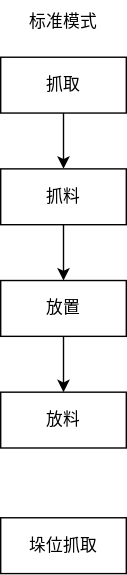
The draw.io diagram drawio/易码流程图.svg in Stolorzs/Picgo, before a commit. Source tidied: cells renumbered, new cells last; positions are measured from the earlier drawing's top-left corner, leaving out a move shared by most shapes.
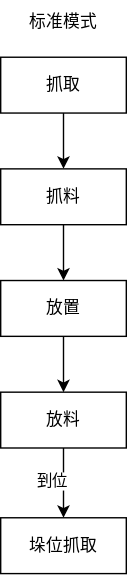
Later version of the same file.

Commit message:
更新易码流程图.svg

What changed in the source:
```diff
@@ -23,6 +23,12 @@
     <mxCell id="8" value="抓料" style="rounded=0;whiteSpace=wrap;html=1;" parent="1" vertex="1">
       <mxGeometry y="120" width="90" height="40" as="geometry" />
     </mxCell>
+    <mxCell id="11" style="edgeStyle=orthogonalEdgeStyle;rounded=0;jettySize=auto;html=1;entryX=0.5;entryY=0;entryDx=0;entryDy=0;" parent="1" edge="1" source="9" target="10">
+      <mxGeometry relative="1" as="geometry" />
+    </mxCell>
+    <mxCell id="12" value="到位" style="edgeLabel;html=1;align=center;verticalAlign=middle;" parent="11" vertex="1">
+      <mxGeometry x="-0.09" y="-9" relative="1" as="geometry" />
+    </mxCell>
     <mxCell id="9" value="放料" style="rounded=0;whiteSpace=wrap;html=1;" parent="1" vertex="1">
       <mxGeometry y="280" width="90" height="40" as="geometry" />
     </mxCell>
```
